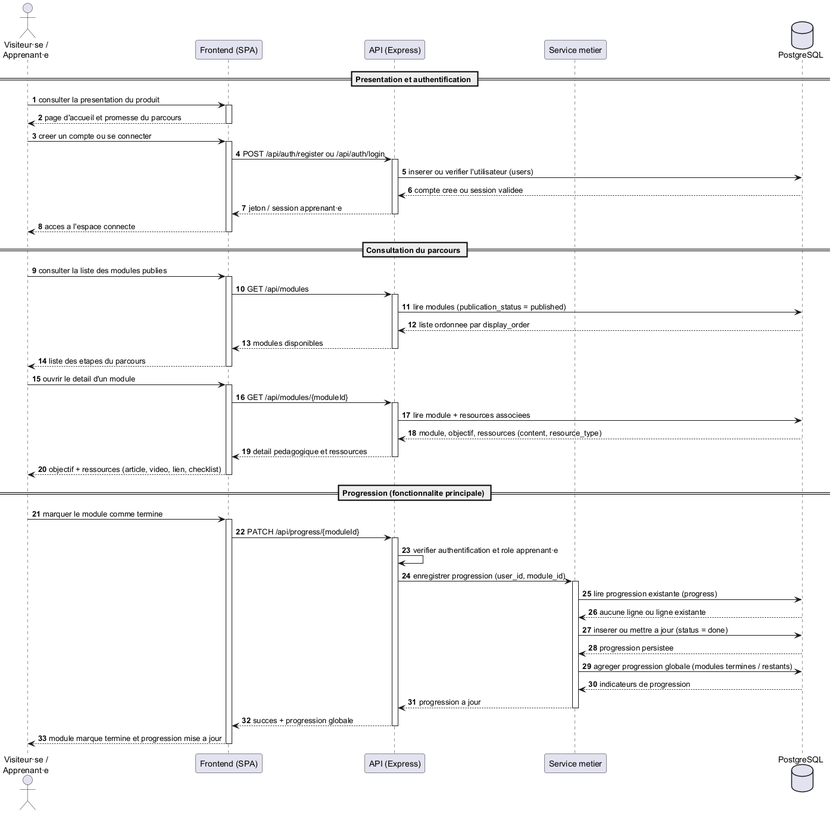
Khadija-diop/Projet-chef-d-uvre-MicroSaaS keeps this PlantUML diagram as docs/diagrams/sequence.png. Above is the earlier version.
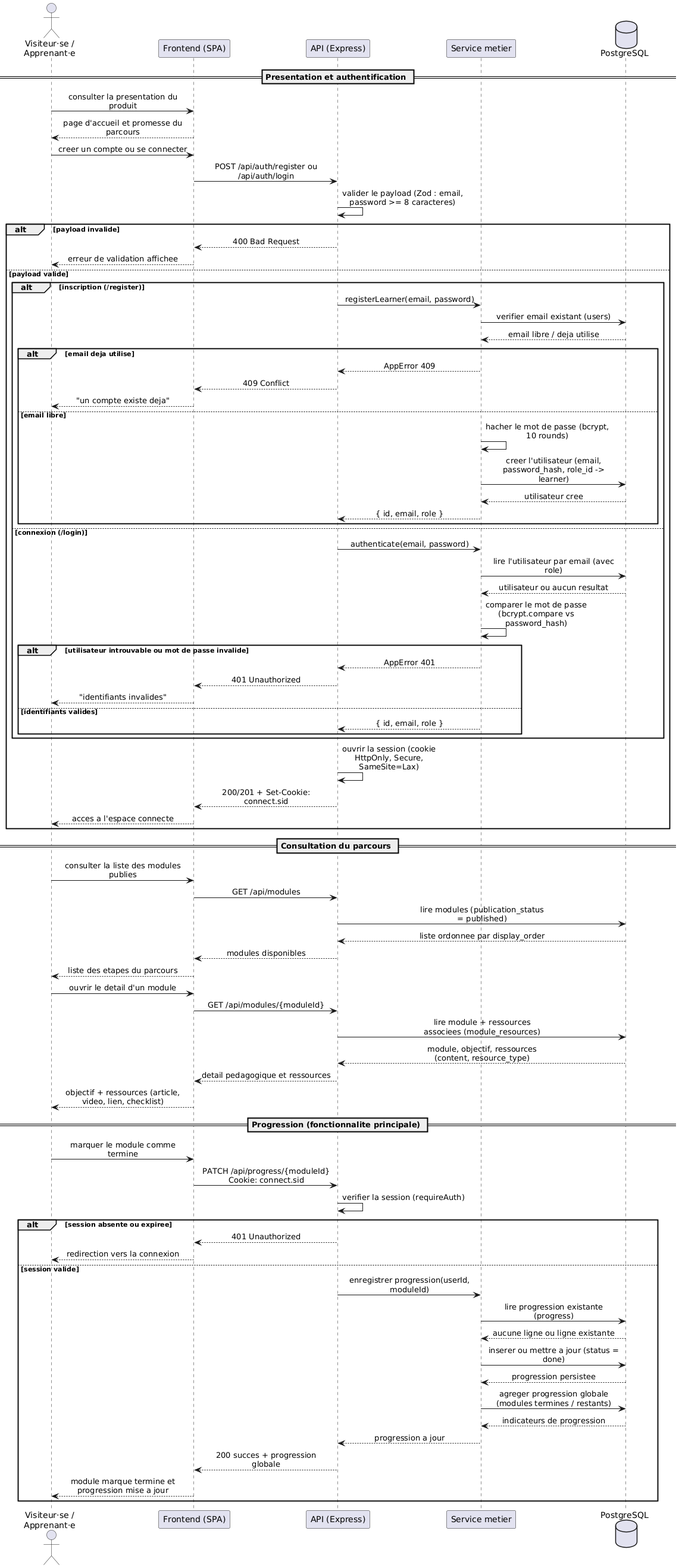
Above is the later version.

Change to the diagram source:
```diff
@@ -1,75 +1,98 @@
 @startuml
 skinparam shadowing false
-autonumber
+skinparam sequenceMessageAlign center
+skinparam maxMessageSize 220
+skinparam BoxPadding 10
 
-actor "Visiteur·se /\nApprenant·e" as Actor
-participant "Frontend (SPA)" as Frontend
+actor "Visiteur·se /\nApprenant·e" as User
+participant "Frontend (SPA)" as FE
 participant "API (Express)" as API
-participant "Service metier" as Service
+participant "Service metier" as Svc
 database "PostgreSQL" as DB
 
 == Presentation et authentification ==
 
-Actor -> Frontend : consulter la presentation du produit
-activate Frontend
-Frontend --> Actor : page d'accueil et promesse du parcours
-deactivate Frontend
+User -> FE : consulter la presentation du produit
+FE --> User : page d'accueil et promesse du parcours
 
-Actor -> Frontend : creer un compte ou se connecter
-activate Frontend
-Frontend -> API : POST /api/auth/register ou /api/auth/login
-activate API
-API -> DB : inserer ou verifier l'utilisateur (users)
-DB --> API : compte cree ou session validee
-API --> Frontend : jeton / session apprenant·e
-deactivate API
-Frontend --> Actor : acces a l'espace connecte
-deactivate Frontend
+User -> FE : creer un compte ou se connecter
+FE -> API : POST /api/auth/register ou /api/auth/login
+
+API -> API : valider le payload (Zod : email, password >= 8 caracteres)
+alt payload invalide
+  API --> FE : 400 Bad Request
+  FE --> User : erreur de validation affichee
+else payload valide
+
+  alt inscription (/register)
+    API -> Svc : registerLearner(email, password)
+    Svc -> DB : verifier email existant (users)
+    DB --> Svc : email libre / deja utilise
+    alt email deja utilise
+      Svc --> API : AppError 409
+      API --> FE : 409 Conflict
+      FE --> User : "un compte existe deja"
+    else email libre
+      Svc -> Svc : hacher le mot de passe (bcrypt, 10 rounds)
+      Svc -> DB : creer l'utilisateur (email, password_hash, role_id -> learner)
+      DB --> Svc : utilisateur cree
+      Svc --> API : { id, email, role }
+    end
+  else connexion (/login)
+    API -> Svc : authenticate(email, password)
+    Svc -> DB : lire l'utilisateur par email (avec role)
+    DB --> Svc : utilisateur ou aucun resultat
+    Svc -> Svc : comparer le mot de passe (bcrypt.compare vs password_hash)
+    alt utilisateur introuvable ou mot de passe invalide
+      Svc --> API : AppError 401
+      API --> FE : 401 Unauthorized
+      FE --> User : "identifiants invalides"
+    else identifiants valides
+      Svc --> API : { id, email, role }
+    end
+  end
+
+  API -> API : ouvrir la session (cookie HttpOnly, Secure, SameSite=Lax)
+  API --> FE : 200/201 + Set-Cookie: connect.sid
+  FE --> User : acces a l'espace connecte
+end
 
 == Consultation du parcours ==
 
-Actor -> Frontend : consulter la liste des modules publies
-activate Frontend
-Frontend -> API : GET /api/modules
-activate API
+User -> FE : consulter la liste des modules publies
+FE -> API : GET /api/modules
 API -> DB : lire modules (publication_status = published)
 DB --> API : liste ordonnee par display_order
-API --> Frontend : modules disponibles
-deactivate API
-Frontend --> Actor : liste des etapes du parcours
-deactivate Frontend
+API --> FE : modules disponibles
+FE --> User : liste des etapes du parcours
 
-Actor -> Frontend : ouvrir le detail d'un module
-activate Frontend
-Frontend -> API : GET /api/modules/{moduleId}
-activate API
-API -> DB : lire module + resources associees
+User -> FE : ouvrir le detail d'un module
+FE -> API : GET /api/modules/{moduleId}
+API -> DB : lire module + ressources associees (module_resources)
 DB --> API : module, objectif, ressources (content, resource_type)
-API --> Frontend : detail pedagogique et ressources
-deactivate API
-Frontend --> Actor : objectif + ressources (article, video, lien, checklist)
-deactivate Frontend
+API --> FE : detail pedagogique et ressources
+FE --> User : objectif + ressources (article, video, lien, checklist)
 
 == Progression (fonctionnalite principale) ==
 
-Actor -> Frontend : marquer le module comme termine
-activate Frontend
-Frontend -> API : PATCH /api/progress/{moduleId}
-activate API
-API -> API : verifier authentification et role apprenant·e
-API -> Service : enregistrer progression (user_id, module_id)
-activate Service
-Service -> DB : lire progression existante (progress)
-DB --> Service : aucune ligne ou ligne existante
-Service -> DB : inserer ou mettre a jour (status = done)
-DB --> Service : progression persistee
-Service -> DB : agreger progression globale (modules termines / restants)
-DB --> Service : indicateurs de progression
-Service --> API : progression a jour
-deactivate Service
-API --> Frontend : succes + progression globale
-deactivate API
-Frontend --> Actor : module marque termine et progression mise a jour
-deactivate Frontend
+User -> FE : marquer le module comme termine
+FE -> API : PATCH /api/progress/{moduleId}\nCookie: connect.sid
+
+API -> API : verifier la session (requireAuth)
+alt session absente ou expiree
+  API --> FE : 401 Unauthorized
+  FE --> User : redirection vers la connexion
+else session valide
+  API -> Svc : enregistrer progression(userId, moduleId)
+  Svc -> DB : lire progression existante (progress)
+  DB --> Svc : aucune ligne ou ligne existante
+  Svc -> DB : inserer ou mettre a jour (status = done)
+  DB --> Svc : progression persistee
+  Svc -> DB : agreger progression globale (modules termines / restants)
+  DB --> Svc : indicateurs de progression
+  Svc --> API : progression a jour
+  API --> FE : 200 succes + progression globale
+  FE --> User : module marque termine et progression mise a jour
+end
 
 @enduml
```
